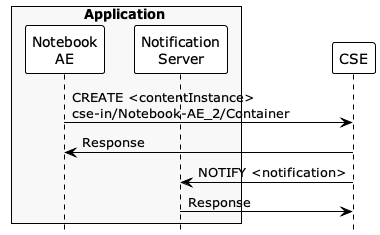
Before: images/06/create_contentInstance.png, a diagram exported from PlantUML (ankraft/onem2m-jupyter-notebooks).
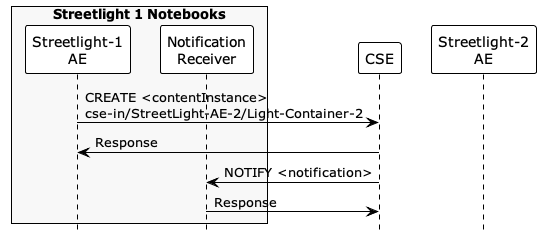
Later version of the same file.

Commit message:
Changed notification notebook to the streetlights scenario

Diff of the diagram source:
```diff
@@ -3,14 +3,17 @@
 !theme plain
 skinparam backgroundcolor transparent
 
-box Application #f8f8f8
-participant "Notebook\nAE" as AE
-participant "Notification\nServer" as NS
+box "Streetlight 1 Notebooks" #f8f8f8
+participant "Streetlight-1\nAE" as AE1
+participant "Notification\nReceiver" as NS
 end box
+
 participant "CSE" as CSE
 
-AE -> CSE: CREATE <contentInstance>\ncse-in/Notebook-AE_2/Container
-AE <- CSE: Response
+participant "Streetlight-2\nAE" as AE2
+
+AE1 -> CSE: CREATE <contentInstance>\ncse-in/StreetLight-AE-2/Light-Container-2
+AE1 <- CSE: Response
 CSE -> NS: NOTIFY <notification>
 CSE <- NS: Response
 
```
